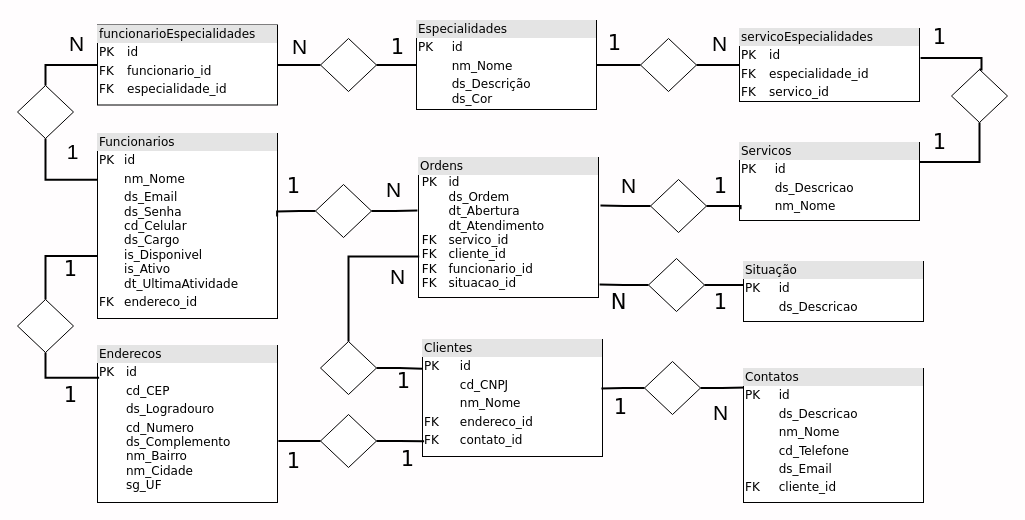
Before: Diagrama Entidades.drawio in S-I-G-O-S/planejamento, a draw.io diagram. Source tidied: cells renumbered, new cells numbered last; positions are measured from the earlier drawing's top-left corner, leaving out a move shared by most shapes. Both pictures are drawn from the tidied source at 100%, with x=0, y=0 at pixel (17, 17).
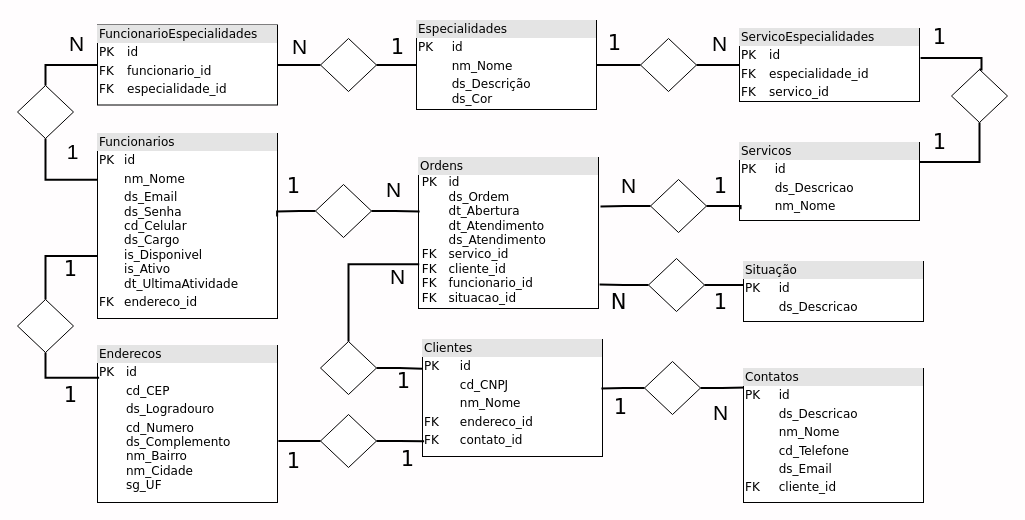
The same page after the edit.

Unchanged cells that the change refers to:
```xml
<mxCell id="25" style="rhombus;whiteSpace=wrap;html=1;fontFamily=Architects Daughter;" parent="1" vertex="1">
  <mxGeometry x="298" y="167" width="56" height="53" as="geometry" />
</mxCell>
<mxCell id="35" style="rhombus;whiteSpace=wrap;html=1;fontFamily=Architects Daughter;" parent="1" vertex="1">
  <mxGeometry x="633" y="162" width="56" height="53" as="geometry" />
</mxCell>
<mxCell id="36" style="rhombus;whiteSpace=wrap;html=1;fontFamily=Architects Daughter;" parent="1" vertex="1">
  <mxGeometry x="631" y="241" width="56" height="53" as="geometry" />
</mxCell>
```

Diff of the diagram source:
```diff
@@
-    <mxCell id="8" value="&lt;div style=&quot;box-sizing:border-box;width:100%;background:#e4e4e4;padding:2px;&quot;&gt;funcionarioEspecialidades&lt;/div&gt;&lt;table style=&quot;width:100%;font-size:1em;&quot; cellpadding=&quot;2&quot; cellspacing=&quot;0&quot;&gt;&lt;tbody&gt;&lt;tr&gt;&lt;td&gt;PK&lt;/td&gt;&lt;td&gt;id&lt;/td&gt;&lt;/tr&gt;&lt;tr&gt;&lt;td&gt;FK&lt;/td&gt;&lt;td&gt;funcionario_id&lt;/td&gt;&lt;/tr&gt;&lt;tr&gt;&lt;td&gt;FK&lt;/td&gt;&lt;td&gt;especialidade_id&lt;/td&gt;&lt;/tr&gt;&lt;/tbody&gt;&lt;/table&gt;" style="verticalAlign=top;align=left;overflow=fill;html=1;rounded=0;shadow=0;comic=0;labelBackgroundColor=none;strokeWidth=1;fontFamily=Verdana;fontSize=12;" parent="1" vertex="1">
+    <mxCell id="8" value="&lt;div style=&quot;box-sizing:border-box;width:100%;background:#e4e4e4;padding:2px;&quot;&gt;FuncionarioEspecialidades&lt;/div&gt;&lt;table style=&quot;width:100%;font-size:1em;&quot; cellpadding=&quot;2&quot; cellspacing=&quot;0&quot;&gt;&lt;tbody&gt;&lt;tr&gt;&lt;td&gt;PK&lt;/td&gt;&lt;td&gt;id&lt;/td&gt;&lt;/tr&gt;&lt;tr&gt;&lt;td&gt;FK&lt;/td&gt;&lt;td&gt;funcionario_id&lt;/td&gt;&lt;/tr&gt;&lt;tr&gt;&lt;td&gt;FK&lt;/td&gt;&lt;td&gt;especialidade_id&lt;/td&gt;&lt;/tr&gt;&lt;/tbody&gt;&lt;/table&gt;" style="verticalAlign=top;align=left;overflow=fill;html=1;rounded=0;shadow=0;comic=0;labelBackgroundColor=none;strokeWidth=1;fontFamily=Verdana;fontSize=12;" parent="1" vertex="1">
       <mxGeometry x="80" y="7.5" width="180" height="80" as="geometry" />
     </mxCell>
-    <mxCell id="9" value="&lt;div style=&quot;box-sizing:border-box;width:100%;background:#e4e4e4;padding:2px;&quot;&gt;servicoEspecialidades&lt;/div&gt;&lt;table style=&quot;width:100%;font-size:1em;&quot; cellpadding=&quot;2&quot; cellspacing=&quot;0&quot;&gt;&lt;tbody&gt;&lt;tr&gt;&lt;td&gt;PK&lt;/td&gt;&lt;td&gt;id&lt;/td&gt;&lt;/tr&gt;&lt;tr&gt;&lt;td&gt;FK&lt;/td&gt;&lt;td&gt;especialidade_id&lt;/td&gt;&lt;/tr&gt;&lt;tr&gt;&lt;td&gt;FK&lt;/td&gt;&lt;td&gt;servico_id&lt;/td&gt;&lt;/tr&gt;&lt;/tbody&gt;&lt;/table&gt;" style="verticalAlign=top;align=left;overflow=fill;html=1;rounded=0;shadow=0;comic=0;labelBackgroundColor=none;strokeWidth=1;fontFamily=Verdana;fontSize=12;" parent="1" vertex="1">
+    <mxCell id="9" value="&lt;div style=&quot;box-sizing:border-box;width:100%;background:#e4e4e4;padding:2px;&quot;&gt;ServicoEspecialidades&lt;/div&gt;&lt;table style=&quot;width:100%;font-size:1em;&quot; cellpadding=&quot;2&quot; cellspacing=&quot;0&quot;&gt;&lt;tbody&gt;&lt;tr&gt;&lt;td&gt;PK&lt;/td&gt;&lt;td&gt;id&lt;/td&gt;&lt;/tr&gt;&lt;tr&gt;&lt;td&gt;FK&lt;/td&gt;&lt;td&gt;especialidade_id&lt;/td&gt;&lt;/tr&gt;&lt;tr&gt;&lt;td&gt;FK&lt;/td&gt;&lt;td&gt;servico_id&lt;/td&gt;&lt;/tr&gt;&lt;/tbody&gt;&lt;/table&gt;" style="verticalAlign=top;align=left;overflow=fill;html=1;rounded=0;shadow=0;comic=0;labelBackgroundColor=none;strokeWidth=1;fontFamily=Verdana;fontSize=12;" parent="1" vertex="1">
       <mxGeometry x="722" y="11" width="180" height="73" as="geometry" />
     </mxCell>
@@
-    <mxCell id="11" value="&lt;div style=&quot;box-sizing:border-box;width:100%;background:#e4e4e4;padding:2px;&quot;&gt;Ordens&lt;/div&gt;&amp;nbsp;PK&lt;span style=&quot;white-space: pre;&quot;&gt;&#9;&lt;/span&gt;id&lt;div&gt;&lt;span style=&quot;background-color: initial; white-space-collapse: preserve;&quot;&gt;&#9;&lt;/span&gt;&lt;span style=&quot;background-color: initial;&quot;&gt;ds_Ordem&lt;/span&gt;&lt;br&gt;&lt;/div&gt;&lt;div&gt;&lt;span style=&quot;white-space: pre;&quot;&gt;&#9;&lt;/span&gt;dt_Abertura&lt;br&gt;&lt;/div&gt;&lt;div&gt;&lt;span style=&quot;white-space: pre;&quot;&gt;&#9;&lt;/span&gt;dt_Atendimento&lt;/div&gt;&lt;div&gt;&lt;div&gt;&amp;nbsp;FK&lt;span style=&quot;white-space-collapse: preserve;&quot;&gt;&#9;&lt;/span&gt;servico_id&lt;/div&gt;&lt;div&gt;&amp;nbsp;FK&lt;span style=&quot;white-space-collapse: preserve;&quot;&gt;&#9;&lt;/span&gt;cliente_id&lt;br&gt;&lt;/div&gt;&lt;div&gt;&amp;nbsp;FK&lt;span style=&quot;white-space-collapse: preserve;&quot;&gt;&#9;&lt;/span&gt;funcionario_id&lt;/div&gt;&lt;div&gt;&amp;nbsp;FK&lt;span style=&quot;white-space-collapse: preserve;&quot;&gt;&#9;&lt;/span&gt;situacao_id&lt;/div&gt;&lt;div&gt;&lt;br&gt;&lt;/div&gt;&lt;table style=&quot;width:100%;font-size:1em;&quot; cellpadding=&quot;2&quot; cellspacing=&quot;0&quot;&gt;&lt;tbody&gt;&lt;/tbody&gt;&lt;/table&gt;&lt;/div&gt;" style="verticalAlign=top;align=left;overflow=fill;html=1;rounded=0;shadow=0;comic=0;labelBackgroundColor=none;strokeWidth=1;fontFamily=Verdana;fontSize=12;" parent="1" vertex="1">
-      <mxGeometry x="401" y="140" width="180" height="140" as="geometry" />
+    <mxCell id="11" value="&lt;div style=&quot;box-sizing:border-box;width:100%;background:#e4e4e4;padding:2px;&quot;&gt;Ordens&lt;/div&gt;&amp;nbsp;PK&lt;span style=&quot;white-space: pre;&quot;&gt;&#9;&lt;/span&gt;id&lt;div&gt;&lt;span style=&quot;background-color: initial; white-space-collapse: preserve;&quot;&gt;&#9;&lt;/span&gt;&lt;span style=&quot;background-color: initial;&quot;&gt;ds_Ordem&lt;/span&gt;&lt;br&gt;&lt;/div&gt;&lt;div&gt;&lt;span style=&quot;white-space: pre;&quot;&gt;&#9;&lt;/span&gt;dt_Abertura&lt;br&gt;&lt;/div&gt;&lt;div&gt;&lt;span style=&quot;white-space: pre;&quot;&gt;&#9;&lt;/span&gt;dt_Atendimento&lt;/div&gt;&lt;div&gt;&lt;span style=&quot;white-space: pre;&quot;&gt;&#9;&lt;/span&gt;ds_Atendimento&lt;br&gt;&lt;/div&gt;&lt;div&gt;&lt;div&gt;&amp;nbsp;FK&lt;span style=&quot;white-space-collapse: preserve;&quot;&gt;&#9;&lt;/span&gt;servico_id&lt;/div&gt;&lt;div&gt;&amp;nbsp;FK&lt;span style=&quot;white-space-collapse: preserve;&quot;&gt;&#9;&lt;/span&gt;cliente_id&lt;br&gt;&lt;/div&gt;&lt;div&gt;&amp;nbsp;FK&lt;span style=&quot;white-space-collapse: preserve;&quot;&gt;&#9;&lt;/span&gt;funcionario_id&lt;/div&gt;&lt;div&gt;&amp;nbsp;FK&lt;span style=&quot;white-space-collapse: preserve;&quot;&gt;&#9;&lt;/span&gt;situacao_id&lt;/div&gt;&lt;div&gt;&lt;br&gt;&lt;/div&gt;&lt;table style=&quot;width:100%;font-size:1em;&quot; cellpadding=&quot;2&quot; cellspacing=&quot;0&quot;&gt;&lt;tbody&gt;&lt;/tbody&gt;&lt;/table&gt;&lt;/div&gt;" style="verticalAlign=top;align=left;overflow=fill;html=1;rounded=0;shadow=0;comic=0;labelBackgroundColor=none;strokeWidth=1;fontFamily=Verdana;fontSize=12;" parent="1" vertex="1">
+      <mxGeometry x="401" y="140" width="180" height="151" as="geometry" />
     </mxCell>
@@
-    <mxCell id="54" style="edgeStyle=orthogonalEdgeStyle;shape=connector;rounded=0;jettySize=auto;html=1;exitX=0;exitY=0.5;exitDx=0;exitDy=0;entryX=1.006;entryY=0.907;entryDx=0;entryDy=0;entryPerimeter=0;strokeColor=default;strokeWidth=2;align=center;verticalAlign=middle;fontFamily=Architects Daughter;fontSize=16;fontColor=default;labelBackgroundColor=default;endArrow=none;endFill=0;flowAnimation=0;sourcePerimeterSpacing=8;targetPerimeterSpacing=8;" parent="1" edge="1" source="36" target="11">
+    <mxCell id="54" style="edgeStyle=orthogonalEdgeStyle;shape=connector;rounded=0;jettySize=auto;html=1;exitX=0;exitY=0.5;exitDx=0;exitDy=0;entryX=1.006;entryY=0.841;entryDx=0;entryDy=0;entryPerimeter=0;strokeColor=default;strokeWidth=2;align=center;verticalAlign=middle;fontFamily=Architects Daughter;fontSize=16;fontColor=default;labelBackgroundColor=default;endArrow=none;endFill=0;flowAnimation=0;sourcePerimeterSpacing=8;targetPerimeterSpacing=8;" parent="1" edge="1" source="36" target="11">
       <mxGeometry relative="1" as="geometry" />
     </mxCell>
@@
-    <mxCell id="56" style="edgeStyle=orthogonalEdgeStyle;shape=connector;rounded=0;jettySize=auto;html=1;exitX=1;exitY=0.5;exitDx=0;exitDy=0;entryX=-0.006;entryY=0.379;entryDx=0;entryDy=0;entryPerimeter=0;strokeColor=default;strokeWidth=2;align=center;verticalAlign=middle;fontFamily=Architects Daughter;fontSize=16;fontColor=default;labelBackgroundColor=default;endArrow=none;endFill=0;flowAnimation=0;sourcePerimeterSpacing=8;targetPerimeterSpacing=8;" parent="1" edge="1" source="25" target="11">
+    <mxCell id="56" style="edgeStyle=orthogonalEdgeStyle;shape=connector;rounded=0;jettySize=auto;html=1;exitX=1;exitY=0.5;exitDx=0;exitDy=0;strokeColor=default;strokeWidth=2;align=center;verticalAlign=middle;fontFamily=Architects Daughter;fontSize=16;fontColor=default;labelBackgroundColor=default;endArrow=none;endFill=0;flowAnimation=0;sourcePerimeterSpacing=8;targetPerimeterSpacing=8;entryX=0.006;entryY=0.358;entryDx=0;entryDy=0;entryPerimeter=0;" parent="1" edge="1" source="25" target="11">
       <mxGeometry relative="1" as="geometry" />
     </mxCell>
@@
-    <mxCell id="58" style="edgeStyle=orthogonalEdgeStyle;shape=connector;rounded=0;jettySize=auto;html=1;exitX=0;exitY=0.5;exitDx=0;exitDy=0;entryX=1.011;entryY=0.343;entryDx=0;entryDy=0;strokeColor=default;strokeWidth=2;align=center;verticalAlign=middle;fontFamily=Architects Daughter;fontSize=16;fontColor=default;labelBackgroundColor=default;endArrow=none;endFill=0;flowAnimation=0;sourcePerimeterSpacing=8;targetPerimeterSpacing=8;entryPerimeter=0;" parent="1" edge="1" source="35" target="11">
+    <mxCell id="58" style="edgeStyle=orthogonalEdgeStyle;shape=connector;rounded=0;jettySize=auto;html=1;exitX=0;exitY=0.5;exitDx=0;exitDy=0;strokeColor=default;strokeWidth=2;align=center;verticalAlign=middle;fontFamily=Architects Daughter;fontSize=16;fontColor=default;labelBackgroundColor=default;endArrow=none;endFill=0;flowAnimation=0;sourcePerimeterSpacing=8;targetPerimeterSpacing=8;" parent="1" edge="1" source="35">
       <mxGeometry relative="1" as="geometry">
+        <mxPoint x="583" y="189" as="targetPoint" />
         <Array as="points">
           <mxPoint x="607" y="188" />
         </Array>
       </mxGeometry>
     </mxCell>
```
